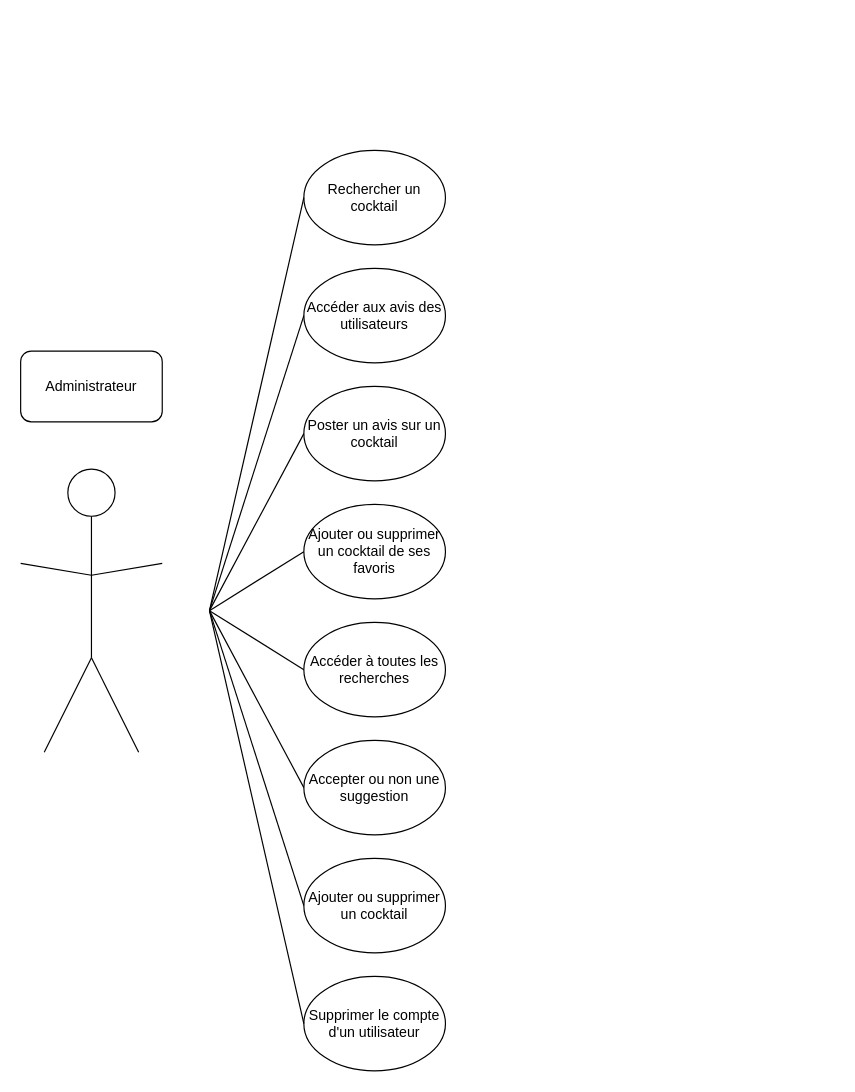
Before: Diagramme de cas d'utilisation de l'administrateur.drawio in wahib299/ProjetInfo2A, a draw.io diagram. Source tidied: cells renumbered, new cells numbered last; positions are measured from the earlier drawing's top-left corner, leaving out a move shared by most shapes. Both pictures are drawn from the tidied source at 118%, with x=0, y=0 at pixel (20, 150).
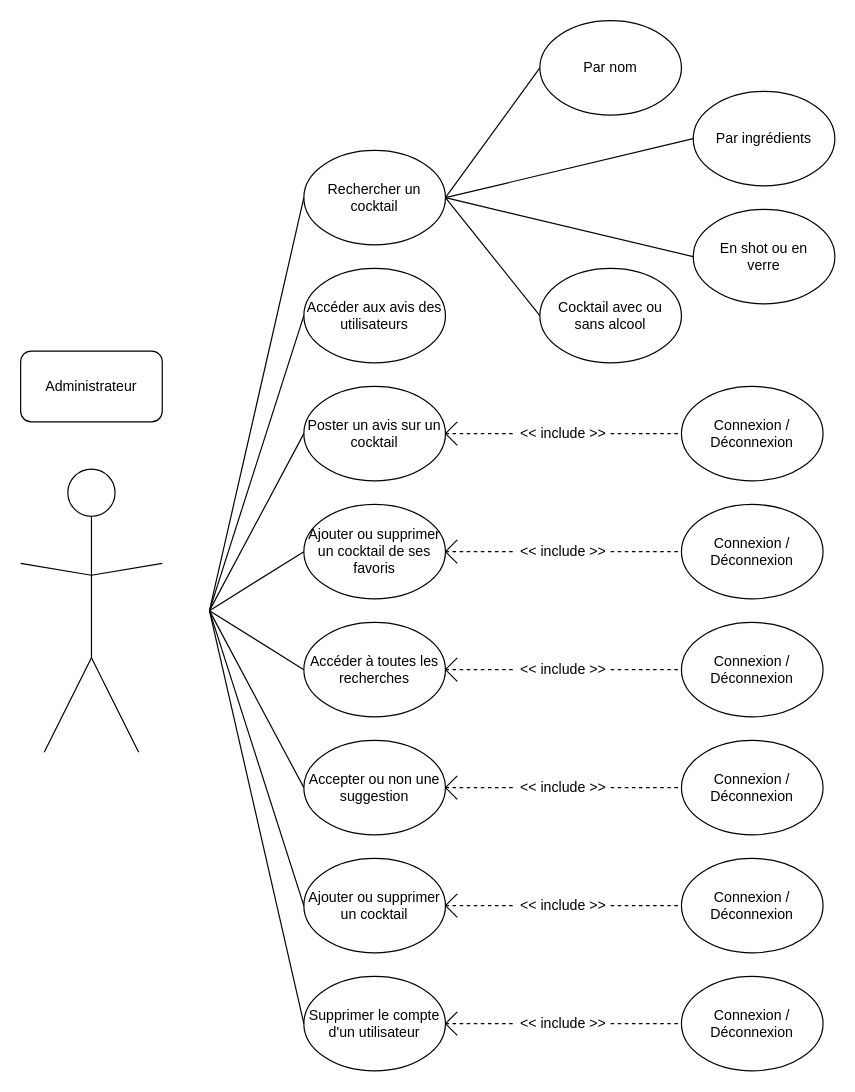
After the change.

Change to the diagram source:
```diff
@@
+    <mxCell id="25" style="endArrow=none;html=1;" parent="1" edge="1">
+      <mxGeometry relative="1" as="geometry">
+        <mxPoint x="360" y="440" as="sourcePoint" />
+        <mxPoint x="370" y="430" as="targetPoint" />
+      </mxGeometry>
+    </mxCell>
+    <mxCell id="26" style="endArrow=none;html=1;" parent="1" edge="1">
+      <mxGeometry relative="1" as="geometry">
+        <mxPoint x="360" y="440" as="sourcePoint" />
+        <mxPoint x="370" y="450" as="targetPoint" />
+      </mxGeometry>
+    </mxCell>
+    <mxCell id="27" style="endArrow=none;dashed=1;html=1;entryX=0;entryY=0.5;entryDx=0;entryDy=0;" parent="1" edge="1" target="28">
+      <mxGeometry relative="1" as="geometry">
+        <mxPoint x="360" y="440" as="sourcePoint" />
+      </mxGeometry>
+    </mxCell>
+    <mxCell id="28" value="&amp;lt;&amp;lt; include &amp;gt;&amp;gt;" style="text;html=1;strokeColor=none;fillColor=none;align=center;verticalAlign=middle;whiteSpace=wrap;rounded=0;" parent="1" vertex="1">
+      <mxGeometry x="420" y="430" width="80" height="20" as="geometry" />
+    </mxCell>
+    <mxCell id="29" style="endArrow=none;dashed=1;html=1;exitX=1;exitY=0.5;exitDx=0;exitDy=0;" parent="1" edge="1" source="28">
+      <mxGeometry relative="1" as="geometry">
+        <mxPoint x="560" y="440" as="targetPoint" />
+      </mxGeometry>
+    </mxCell>
+    <mxCell id="30" style="endArrow=none;html=1;" parent="1" edge="1">
+      <mxGeometry relative="1" as="geometry">
+        <mxPoint x="360" y="540" as="sourcePoint" />
+        <mxPoint x="370" y="530" as="targetPoint" />
+      </mxGeometry>
+    </mxCell>
+    <mxCell id="31" style="endArrow=none;html=1;" parent="1" edge="1">
+      <mxGeometry relative="1" as="geometry">
+        <mxPoint x="360" y="540" as="sourcePoint" />
+        <mxPoint x="370" y="550" as="targetPoint" />
+      </mxGeometry>
+    </mxCell>
+    <mxCell id="32" style="endArrow=none;dashed=1;html=1;entryX=0;entryY=0.5;entryDx=0;entryDy=0;" parent="1" edge="1" target="33">
+      <mxGeometry relative="1" as="geometry">
+        <mxPoint x="360" y="540" as="sourcePoint" />
+      </mxGeometry>
+    </mxCell>
+    <mxCell id="33" value="&amp;lt;&amp;lt; include &amp;gt;&amp;gt;" style="text;html=1;strokeColor=none;fillColor=none;align=center;verticalAlign=middle;whiteSpace=wrap;rounded=0;" parent="1" vertex="1">
+      <mxGeometry x="420" y="530" width="80" height="20" as="geometry" />
+    </mxCell>
+    <mxCell id="34" style="endArrow=none;dashed=1;html=1;exitX=1;exitY=0.5;exitDx=0;exitDy=0;" parent="1" edge="1" source="33">
+      <mxGeometry relative="1" as="geometry">
+        <mxPoint x="560" y="540" as="targetPoint" />
+      </mxGeometry>
+    </mxCell>
+    <mxCell id="35" style="endArrow=none;html=1;" parent="1" edge="1">
+      <mxGeometry relative="1" as="geometry">
+        <mxPoint x="360" y="640" as="sourcePoint" />
+        <mxPoint x="370" y="630" as="targetPoint" />
+      </mxGeometry>
+    </mxCell>
+    <mxCell id="36" style="endArrow=none;html=1;" parent="1" edge="1">
+      <mxGeometry relative="1" as="geometry">
+        <mxPoint x="360" y="640" as="sourcePoint" />
+        <mxPoint x="370" y="650" as="targetPoint" />
+      </mxGeometry>
+    </mxCell>
+    <mxCell id="37" style="endArrow=none;dashed=1;html=1;entryX=0;entryY=0.5;entryDx=0;entryDy=0;" parent="1" edge="1" target="38">
+      <mxGeometry relative="1" as="geometry">
+        <mxPoint x="360" y="640" as="sourcePoint" />
+      </mxGeometry>
+    </mxCell>
+    <mxCell id="38" value="&amp;lt;&amp;lt; include &amp;gt;&amp;gt;" style="text;html=1;strokeColor=none;fillColor=none;align=center;verticalAlign=middle;whiteSpace=wrap;rounded=0;" parent="1" vertex="1">
+      <mxGeometry x="420" y="630" width="80" height="20" as="geometry" />
+    </mxCell>
+    <mxCell id="39" style="endArrow=none;dashed=1;html=1;exitX=1;exitY=0.5;exitDx=0;exitDy=0;" parent="1" edge="1" source="38">
+      <mxGeometry relative="1" as="geometry">
+        <mxPoint x="560" y="640" as="targetPoint" />
+      </mxGeometry>
+    </mxCell>
+    <mxCell id="40" style="endArrow=none;html=1;" parent="1" edge="1">
+      <mxGeometry relative="1" as="geometry">
+        <mxPoint x="360" y="740" as="sourcePoint" />
+        <mxPoint x="370" y="730" as="targetPoint" />
+      </mxGeometry>
+    </mxCell>
+    <mxCell id="41" style="endArrow=none;html=1;" parent="1" edge="1">
+      <mxGeometry relative="1" as="geometry">
+        <mxPoint x="360" y="740" as="sourcePoint" />
+        <mxPoint x="370" y="750" as="targetPoint" />
+      </mxGeometry>
+    </mxCell>
+    <mxCell id="42" style="endArrow=none;dashed=1;html=1;entryX=0;entryY=0.5;entryDx=0;entryDy=0;" parent="1" edge="1" target="43">
+      <mxGeometry relative="1" as="geometry">
+        <mxPoint x="360" y="740" as="sourcePoint" />
+      </mxGeometry>
+    </mxCell>
+    <mxCell id="43" value="&amp;lt;&amp;lt; include &amp;gt;&amp;gt;" style="text;html=1;strokeColor=none;fillColor=none;align=center;verticalAlign=middle;whiteSpace=wrap;rounded=0;" parent="1" vertex="1">
+      <mxGeometry x="420" y="730" width="80" height="20" as="geometry" />
+    </mxCell>
+    <mxCell id="44" style="endArrow=none;dashed=1;html=1;exitX=1;exitY=0.5;exitDx=0;exitDy=0;" parent="1" edge="1" source="43">
+      <mxGeometry relative="1" as="geometry">
+        <mxPoint x="560" y="740" as="targetPoint" />
+      </mxGeometry>
+    </mxCell>
+    <mxCell id="45" value="Connexion / Déconnexion" style="ellipse;whiteSpace=wrap;html=1;" parent="1" vertex="1">
+      <mxGeometry x="560" y="700" width="120" height="80" as="geometry" />
+    </mxCell>
+    <mxCell id="46" value="Connexion / Déconnexion" style="ellipse;whiteSpace=wrap;html=1;" parent="1" vertex="1">
+      <mxGeometry x="560" y="600" width="120" height="80" as="geometry" />
+    </mxCell>
+    <mxCell id="47" value="Connexion / Déconnexion" style="ellipse;whiteSpace=wrap;html=1;" parent="1" vertex="1">
+      <mxGeometry x="560" y="500" width="120" height="80" as="geometry" />
+    </mxCell>
+    <mxCell id="48" value="Connexion / Déconnexion" style="ellipse;whiteSpace=wrap;html=1;" parent="1" vertex="1">
+      <mxGeometry x="560" y="400" width="120" height="80" as="geometry" />
+    </mxCell>
+    <mxCell id="49" style="endArrow=none;html=1;" parent="1" edge="1">
+      <mxGeometry relative="1" as="geometry">
+        <mxPoint x="360" y="340" as="sourcePoint" />
+        <mxPoint x="370" y="330" as="targetPoint" />
+      </mxGeometry>
+    </mxCell>
+    <mxCell id="50" style="endArrow=none;html=1;" parent="1" edge="1">
+      <mxGeometry relative="1" as="geometry">
+        <mxPoint x="360" y="340" as="sourcePoint" />
+        <mxPoint x="370" y="350" as="targetPoint" />
+      </mxGeometry>
+    </mxCell>
+    <mxCell id="51" style="endArrow=none;dashed=1;html=1;entryX=0;entryY=0.5;entryDx=0;entryDy=0;" parent="1" edge="1" target="52">
+      <mxGeometry relative="1" as="geometry">
+        <mxPoint x="360" y="340" as="sourcePoint" />
+      </mxGeometry>
+    </mxCell>
+    <mxCell id="52" value="&amp;lt;&amp;lt; include &amp;gt;&amp;gt;" style="text;html=1;strokeColor=none;fillColor=none;align=center;verticalAlign=middle;whiteSpace=wrap;rounded=0;" parent="1" vertex="1">
+      <mxGeometry x="420" y="330" width="80" height="20" as="geometry" />
+    </mxCell>
+    <mxCell id="53" style="endArrow=none;dashed=1;html=1;exitX=1;exitY=0.5;exitDx=0;exitDy=0;" parent="1" edge="1" source="52">
+      <mxGeometry relative="1" as="geometry">
+        <mxPoint x="560" y="340" as="targetPoint" />
+      </mxGeometry>
+    </mxCell>
+    <mxCell id="54" value="Connexion / Déconnexion" style="ellipse;whiteSpace=wrap;html=1;" parent="1" vertex="1">
+      <mxGeometry x="560" y="300" width="120" height="80" as="geometry" />
+    </mxCell>
+    <mxCell id="55" style="endArrow=none;html=1;" parent="1" edge="1">
+      <mxGeometry relative="1" as="geometry">
+        <mxPoint x="360" y="240" as="sourcePoint" />
+        <mxPoint x="370" y="230" as="targetPoint" />
+      </mxGeometry>
+    </mxCell>
+    <mxCell id="56" style="endArrow=none;html=1;" parent="1" edge="1">
+      <mxGeometry relative="1" as="geometry">
+        <mxPoint x="360" y="240" as="sourcePoint" />
+        <mxPoint x="370" y="250" as="targetPoint" />
+      </mxGeometry>
+    </mxCell>
+    <mxCell id="57" style="endArrow=none;dashed=1;html=1;entryX=0;entryY=0.5;entryDx=0;entryDy=0;" parent="1" edge="1" target="58">
+      <mxGeometry relative="1" as="geometry">
+        <mxPoint x="360" y="240" as="sourcePoint" />
+      </mxGeometry>
+    </mxCell>
+    <mxCell id="58" value="&amp;lt;&amp;lt; include &amp;gt;&amp;gt;" style="text;html=1;strokeColor=none;fillColor=none;align=center;verticalAlign=middle;whiteSpace=wrap;rounded=0;" parent="1" vertex="1">
+      <mxGeometry x="420" y="230" width="80" height="20" as="geometry" />
+    </mxCell>
+    <mxCell id="59" style="endArrow=none;dashed=1;html=1;exitX=1;exitY=0.5;exitDx=0;exitDy=0;" parent="1" edge="1" source="58">
+      <mxGeometry relative="1" as="geometry">
+        <mxPoint x="560" y="240" as="targetPoint" />
+      </mxGeometry>
+    </mxCell>
+    <mxCell id="60" value="Connexion / Déconnexion" style="ellipse;whiteSpace=wrap;html=1;" parent="1" vertex="1">
+      <mxGeometry x="560" y="200" width="120" height="80" as="geometry" />
+    </mxCell>
+    <mxCell id="61" value="Par nom" style="ellipse;whiteSpace=wrap;html=1;" parent="1" vertex="1">
+      <mxGeometry x="440" y="-110" width="120" height="80" as="geometry" />
+    </mxCell>
+    <mxCell id="62" value="En shot ou en&lt;br&gt;verre" style="ellipse;whiteSpace=wrap;html=1;" parent="1" vertex="1">
+      <mxGeometry x="570" y="50" width="120" height="80" as="geometry" />
+    </mxCell>
+    <mxCell id="63" value="Cocktail avec ou&lt;br&gt;sans alcool" style="ellipse;whiteSpace=wrap;html=1;" parent="1" vertex="1">
+      <mxGeometry x="440" y="100" width="120" height="80" as="geometry" />
+    </mxCell>
+    <mxCell id="64" value="Par ingrédients" style="ellipse;whiteSpace=wrap;html=1;" parent="1" vertex="1">
+      <mxGeometry x="570" y="-50" width="120" height="80" as="geometry" />
+    </mxCell>
+    <mxCell id="65" style="endArrow=none;html=1;exitX=1;exitY=0.5;exitDx=0;exitDy=0;entryX=0;entryY=0.5;entryDx=0;entryDy=0;" parent="1" edge="1" target="61">
+      <mxGeometry relative="1" as="geometry">
+        <mxPoint x="360" y="40" as="sourcePoint" />
+      </mxGeometry>
+    </mxCell>
+    <mxCell id="66" style="endArrow=none;html=1;entryX=0;entryY=0.5;entryDx=0;entryDy=0;" parent="1" edge="1" target="64">
+      <mxGeometry relative="1" as="geometry">
+        <mxPoint x="360" y="40" as="sourcePoint" />
+      </mxGeometry>
+    </mxCell>
+    <mxCell id="67" style="endArrow=none;html=1;entryX=0;entryY=0.5;entryDx=0;entryDy=0;" parent="1" edge="1" target="62">
+      <mxGeometry relative="1" as="geometry">
+        <mxPoint x="360" y="40" as="sourcePoint" />
+      </mxGeometry>
+    </mxCell>
+    <mxCell id="68" style="endArrow=none;html=1;entryX=0;entryY=0.5;entryDx=0;entryDy=0;exitX=1;exitY=0.5;exitDx=0;exitDy=0;" parent="1" edge="1" target="63">
+      <mxGeometry relative="1" as="geometry">
+        <mxPoint x="360" y="40" as="sourcePoint" />
+      </mxGeometry>
+    </mxCell>
```
